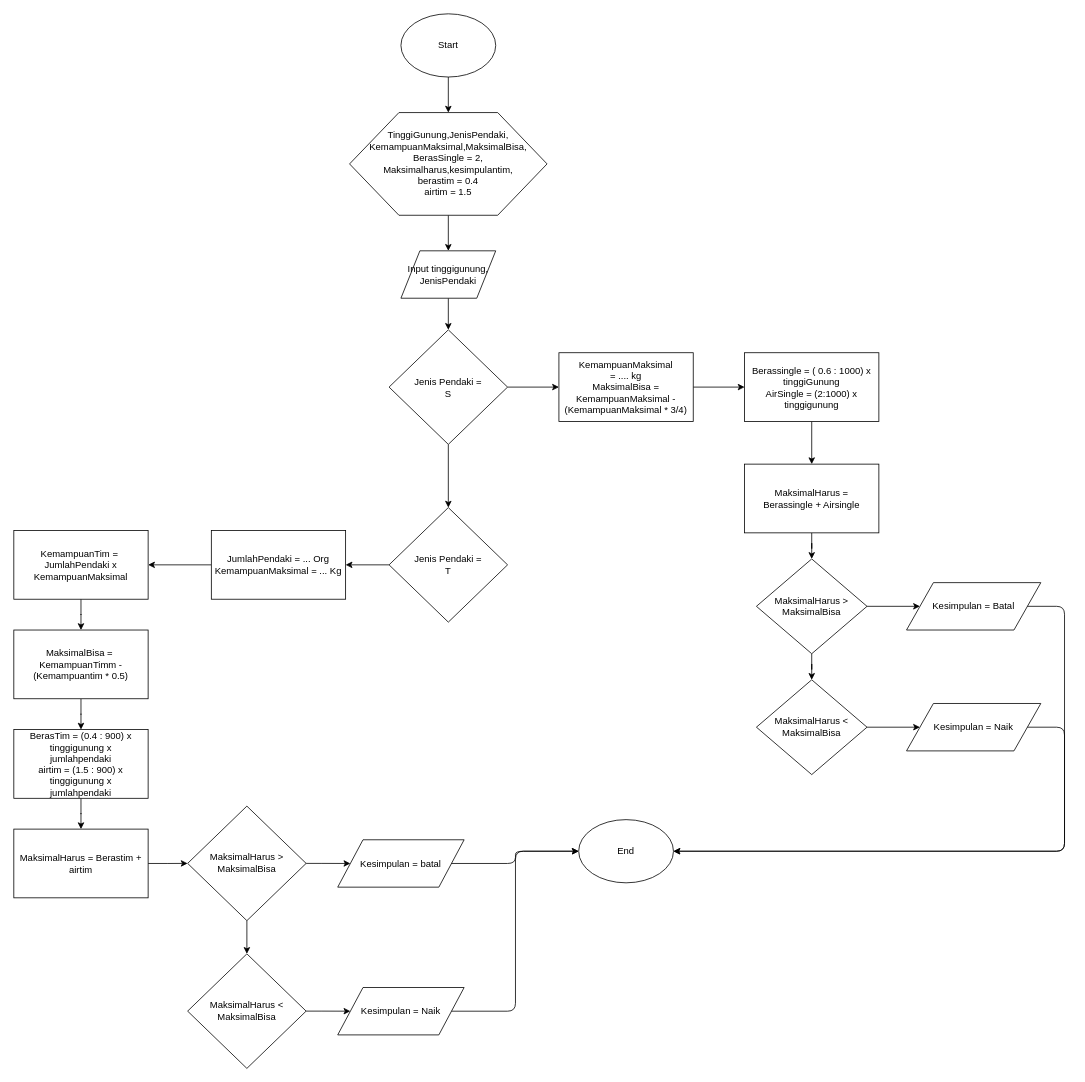
Before: Soal Ke 2.drawio in suryaindra23/belajar, a draw.io diagram. Source tidied: cells renumbered, new cells numbered last; positions are measured from the earlier drawing's top-left corner, leaving out a move shared by most shapes. Both pictures are drawn from the tidied source at 79%, with x=0, y=0 at pixel (13, 13).
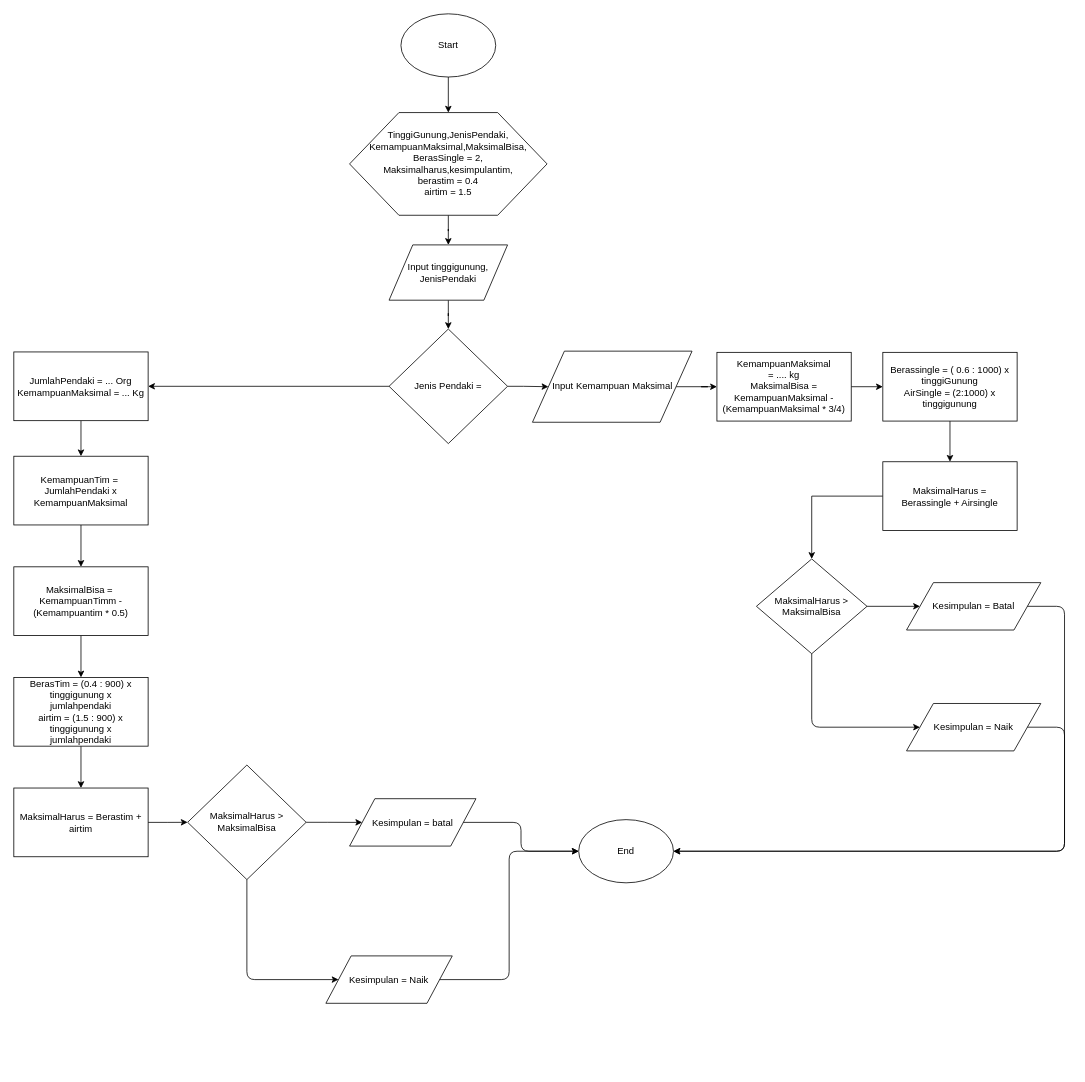
The same diagram, later.

Unchanged cells that the change refers to:
```xml
<mxCell id="21" value="MaksimalHarus &amp;gt;&lt;br&gt;MaksimalBisa" style="rhombus;whiteSpace=wrap;html=1;" parent="1" vertex="1">
  <mxGeometry x="940" y="690" width="140" height="120" as="geometry" />
</mxCell>
<mxCell id="25" value="Kesimpulan = Naik" style="shape=parallelogram;perimeter=parallelogramPerimeter;whiteSpace=wrap;html=1;" parent="1" vertex="1">
  <mxGeometry x="1130" y="873" width="170" height="60" as="geometry" />
</mxCell>
```

What changed in the source:
```diff
@@
     <mxCell id="7" value="Input tinggigunung,&lt;br&gt;JenisPendaki" style="shape=parallelogram;perimeter=parallelogramPerimeter;whiteSpace=wrap;html=1;" parent="1" vertex="1">
-      <mxGeometry x="490" y="300" width="120" height="60" as="geometry" />
+      <mxGeometry x="475" y="292.5" width="150" height="70" as="geometry" />
     </mxCell>
-    <mxCell id="8" style="edgeStyle=orthogonalEdgeStyle;rounded=0;jettySize=auto;html=1;" parent="1" edge="1" source="10" target="14">
+    <mxCell id="8" style="edgeStyle=orthogonalEdgeStyle;rounded=0;jettySize=auto;html=1;entryX=0;entryY=0.5;entryDx=0;entryDy=0;" parent="1" edge="1" source="10" target="49">
       <mxGeometry relative="1" as="geometry" />
     </mxCell>
-    <mxCell id="9" style="edgeStyle=orthogonalEdgeStyle;rounded=0;jettySize=auto;html=1;" parent="1" edge="1" source="10" target="12">
+    <mxCell id="9" style="edgeStyle=orthogonalEdgeStyle;rounded=0;jettySize=auto;html=1;entryX=1;entryY=0.5;entryDx=0;entryDy=0;" parent="1" edge="1" source="10" target="29">
       <mxGeometry relative="1" as="geometry" />
     </mxCell>
-    <mxCell id="10" value="Jenis Pendaki =&lt;br&gt;S" style="rhombus;whiteSpace=wrap;html=1;" parent="1" vertex="1">
-      <mxGeometry x="475" y="400" width="150" height="145" as="geometry" />
+    <mxCell id="10" value="Jenis Pendaki =" style="rhombus;whiteSpace=wrap;html=1;" parent="1" vertex="1">
+      <mxGeometry x="475" y="399" width="150" height="145" as="geometry" />
     </mxCell>
-    <mxCell id="11" style="edgeStyle=orthogonalEdgeStyle;rounded=0;jettySize=auto;html=1;" parent="1" edge="1" source="12" target="29">
-      <mxGeometry relative="1" as="geometry" />
-    </mxCell>
-    <mxCell id="12" value="Jenis Pendaki =&lt;br&gt;T" style="rhombus;whiteSpace=wrap;html=1;" parent="1" vertex="1">
-      <mxGeometry x="475" y="625" width="150" height="145" as="geometry" />
-    </mxCell>
@@
     <mxCell id="14" value="KemampuanMaksimal&lt;br&gt;= .... kg&lt;br&gt;MaksimalBisa = KemampuanMaksimal - (KemampuanMaksimal * 3/4)" style="rounded=0;whiteSpace=wrap;html=1;" parent="1" vertex="1">
-      <mxGeometry x="690" y="429" width="170" height="87" as="geometry" />
+      <mxGeometry x="890" y="428.5" width="170" height="87" as="geometry" />
     </mxCell>
@@
     <mxCell id="16" value="Berassingle = ( 0.6 : 1000) x&lt;br&gt;tinggiGunung&lt;br&gt;AirSingle = (2:1000) x&lt;br&gt;tinggigunung" style="rounded=0;whiteSpace=wrap;html=1;" parent="1" vertex="1">
-      <mxGeometry x="925" y="429" width="170" height="87" as="geometry" />
+      <mxGeometry x="1100" y="428.5" width="170" height="87" as="geometry" />
     </mxCell>
@@
     <mxCell id="18" value="MaksimalHarus =&lt;br&gt;Berassingle + Airsingle" style="rounded=0;whiteSpace=wrap;html=1;" parent="1" vertex="1">
-      <mxGeometry x="925" y="570" width="170" height="87" as="geometry" />
+      <mxGeometry x="1100" y="567" width="170" height="87" as="geometry" />
     </mxCell>
-    <mxCell id="19" style="edgeStyle=orthogonalEdgeStyle;rounded=0;jettySize=auto;html=1;" parent="1" edge="1" source="21" target="23">
-      <mxGeometry relative="1" as="geometry" />
-    </mxCell>
@@
-    <mxCell id="22" style="edgeStyle=orthogonalEdgeStyle;rounded=0;jettySize=auto;html=1;" parent="1" edge="1" source="23" target="25">
-      <mxGeometry relative="1" as="geometry" />
-    </mxCell>
-    <mxCell id="23" value="MaksimalHarus &amp;lt;&lt;br&gt;MaksimalBisa" style="rhombus;whiteSpace=wrap;html=1;" parent="1" vertex="1">
-      <mxGeometry x="940" y="843" width="140" height="120" as="geometry" />
-    </mxCell>
@@
     <mxCell id="29" value="JumlahPendaki = ... Org&lt;br&gt;KemampuanMaksimal = ... Kg" style="rounded=0;whiteSpace=wrap;html=1;" parent="1" vertex="1">
-      <mxGeometry x="250" y="654" width="170" height="87" as="geometry" />
+      <mxGeometry y="428" width="170" height="87" as="geometry" />
     </mxCell>
@@
     <mxCell id="31" value="KemampuanTim =&amp;nbsp;&lt;br&gt;JumlahPendaki x&lt;br&gt;KemampuanMaksimal" style="rounded=0;whiteSpace=wrap;html=1;" parent="1" vertex="1">
-      <mxGeometry y="654" width="170" height="87" as="geometry" />
+      <mxGeometry y="560" width="170" height="87" as="geometry" />
     </mxCell>
@@
     <mxCell id="33" value="MaksimalBisa =&amp;nbsp;&lt;br&gt;KemampuanTimm - (Kemampuantim * 0.5)" style="rounded=0;whiteSpace=wrap;html=1;" parent="1" vertex="1">
-      <mxGeometry y="780" width="170" height="87" as="geometry" />
+      <mxGeometry y="700" width="170" height="87" as="geometry" />
     </mxCell>
@@
     <mxCell id="35" value="BerasTim = (0.4 : 900) x&lt;br&gt;tinggigunung x&lt;br&gt;jumlahpendaki&lt;br&gt;airtim = (1.5 : 900) x&lt;br&gt;tinggigunung x&lt;br&gt;jumlahpendaki" style="rounded=0;whiteSpace=wrap;html=1;" parent="1" vertex="1">
-      <mxGeometry y="906" width="170" height="87" as="geometry" />
+      <mxGeometry y="840" width="170" height="87" as="geometry" />
     </mxCell>
@@
     <mxCell id="37" value="MaksimalHarus = Berastim + airtim" style="rounded=0;whiteSpace=wrap;html=1;" parent="1" vertex="1">
-      <mxGeometry y="1032" width="170" height="87" as="geometry" />
+      <mxGeometry y="980" width="170" height="87" as="geometry" />
     </mxCell>
@@
-    <mxCell id="39" style="edgeStyle=orthogonalEdgeStyle;rounded=0;jettySize=auto;html=1;" parent="1" edge="1" source="40" target="42">
-      <mxGeometry relative="1" as="geometry" />
-    </mxCell>
     <mxCell id="40" value="MaksimalHarus &amp;gt;&lt;br&gt;MaksimalBisa" style="rhombus;whiteSpace=wrap;html=1;" parent="1" vertex="1">
-      <mxGeometry x="220" y="1002.9" width="150" height="145" as="geometry" />
+      <mxGeometry x="220" y="950.9" width="150" height="145" as="geometry" />
     </mxCell>
-    <mxCell id="41" style="edgeStyle=orthogonalEdgeStyle;rounded=0;jettySize=auto;html=1;" parent="1" edge="1" source="42" target="44">
-      <mxGeometry relative="1" as="geometry" />
-    </mxCell>
-    <mxCell id="42" value="MaksimalHarus &amp;lt;&lt;br&gt;MaksimalBisa" style="rhombus;whiteSpace=wrap;html=1;" parent="1" vertex="1">
-      <mxGeometry x="220" y="1189.9" width="150" height="145" as="geometry" />
-    </mxCell>
     <mxCell id="43" value="Kesimpulan = batal" style="shape=parallelogram;perimeter=parallelogramPerimeter;whiteSpace=wrap;html=1;" parent="1" vertex="1">
-      <mxGeometry x="410" y="1045.5" width="160" height="60" as="geometry" />
+      <mxGeometry x="425" y="993.5" width="160" height="60" as="geometry" />
     </mxCell>
     <mxCell id="44" value="Kesimpulan = Naik" style="shape=parallelogram;perimeter=parallelogramPerimeter;whiteSpace=wrap;html=1;" parent="1" vertex="1">
-      <mxGeometry x="410" y="1232.5" width="160" height="60" as="geometry" />
+      <mxGeometry x="395" y="1192.5" width="160" height="60" as="geometry" />
     </mxCell>
@@
+    <mxCell id="48" style="edgeStyle=orthogonalEdgeStyle;rounded=0;jettySize=auto;html=1;" parent="1" edge="1" source="49" target="14">
+      <mxGeometry relative="1" as="geometry" />
+    </mxCell>
+    <mxCell id="49" value="Input Kemampuan Maksimal" style="shape=parallelogram;perimeter=parallelogramPerimeter;whiteSpace=wrap;html=1;" parent="1" vertex="1">
+      <mxGeometry x="656.5" y="427" width="202" height="90" as="geometry" />
+    </mxCell>
+    <mxCell id="50" style="edgeStyle=elbowEdgeStyle;elbow=horizontal;endArrow=classic;html=1;exitX=0.5;exitY=1;exitDx=0;exitDy=0;entryX=0;entryY=0.5;entryDx=0;entryDy=0;" parent="1" edge="1" source="21" target="25">
+      <mxGeometry relative="1" as="geometry">
+        <Array as="points">
+          <mxPoint x="1010" y="850" />
+        </Array>
+      </mxGeometry>
+    </mxCell>
+    <mxCell id="51" style="edgeStyle=elbowEdgeStyle;elbow=horizontal;endArrow=classic;html=1;exitX=0.5;exitY=1;exitDx=0;exitDy=0;" parent="1" edge="1" source="40" target="44">
+      <mxGeometry relative="1" as="geometry">
+        <Array as="points">
+          <mxPoint x="295" y="1160" />
+        </Array>
+      </mxGeometry>
+    </mxCell>
```
